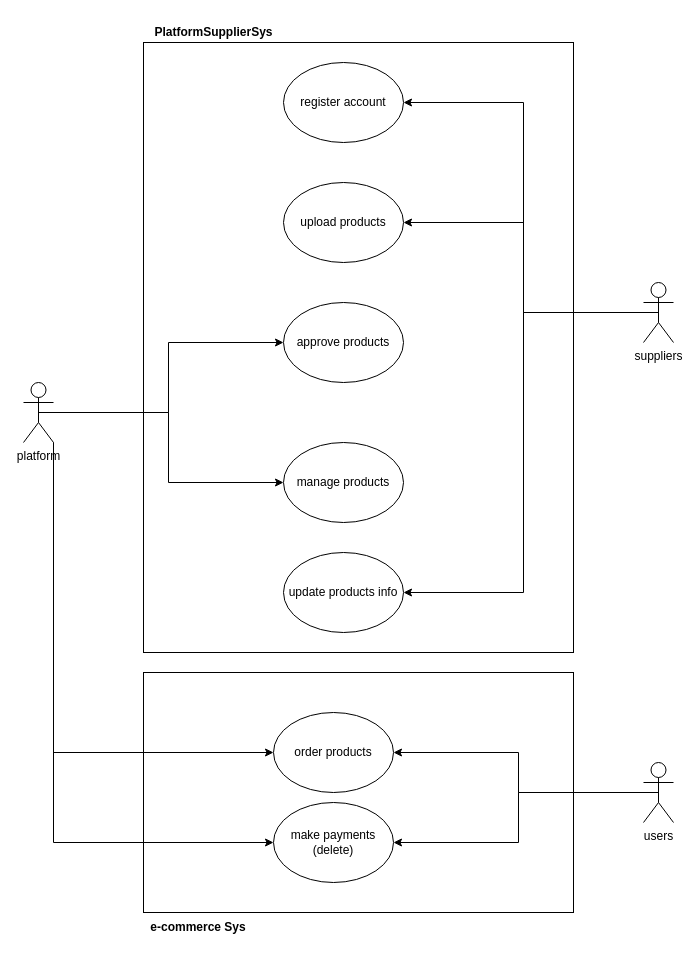
Before: page "Use Case" (1 of 7) of 1 System Analysis Diagram/Use Case_PlatformSuppliers.drawio in CHAITANYA510/QuickMall-eCommerce, a draw.io diagram. Source tidied: cells renumbered, new cells numbered last; positions are measured from the earlier drawing's top-left corner, leaving out a move shared by most shapes. Both pictures are drawn from the tidied source at 100%, with x=0, y=0 at pixel (23, 17).
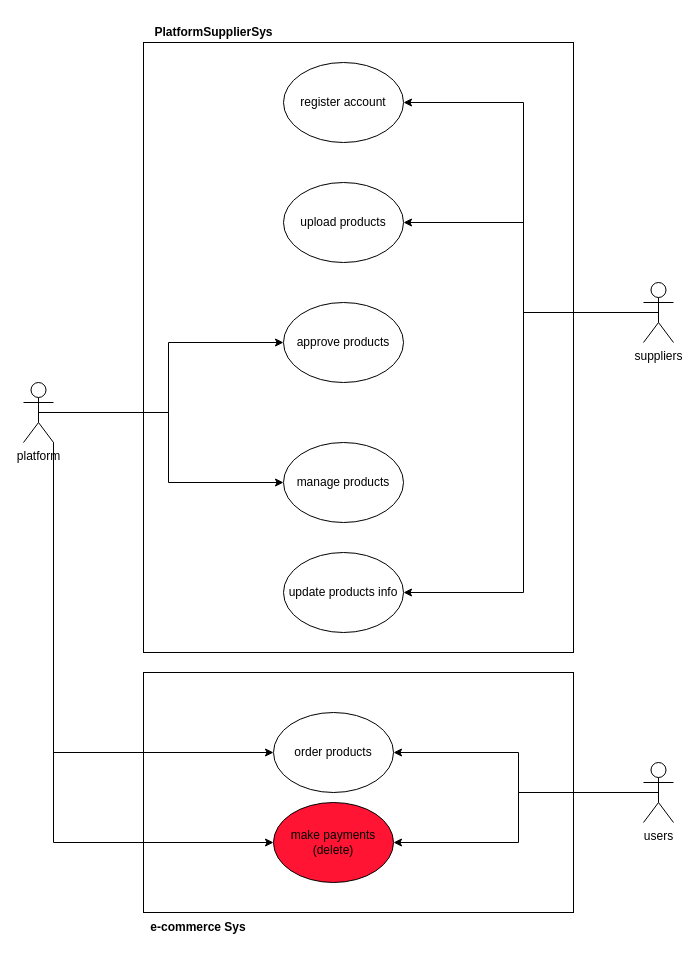
The same page after the edit.

The edit, as a diff of the source:
```diff
@@
-    <mxCell id="21" value="make payments (delete)" style="ellipse;whiteSpace=wrap;html=1;" parent="1" vertex="1">
+    <mxCell id="21" value="make payments (delete)" style="ellipse;whiteSpace=wrap;html=1;fillColor=#FF1434;" parent="1" vertex="1">
       <mxGeometry x="250" y="785" width="120" height="80" as="geometry" />
     </mxCell>
```
